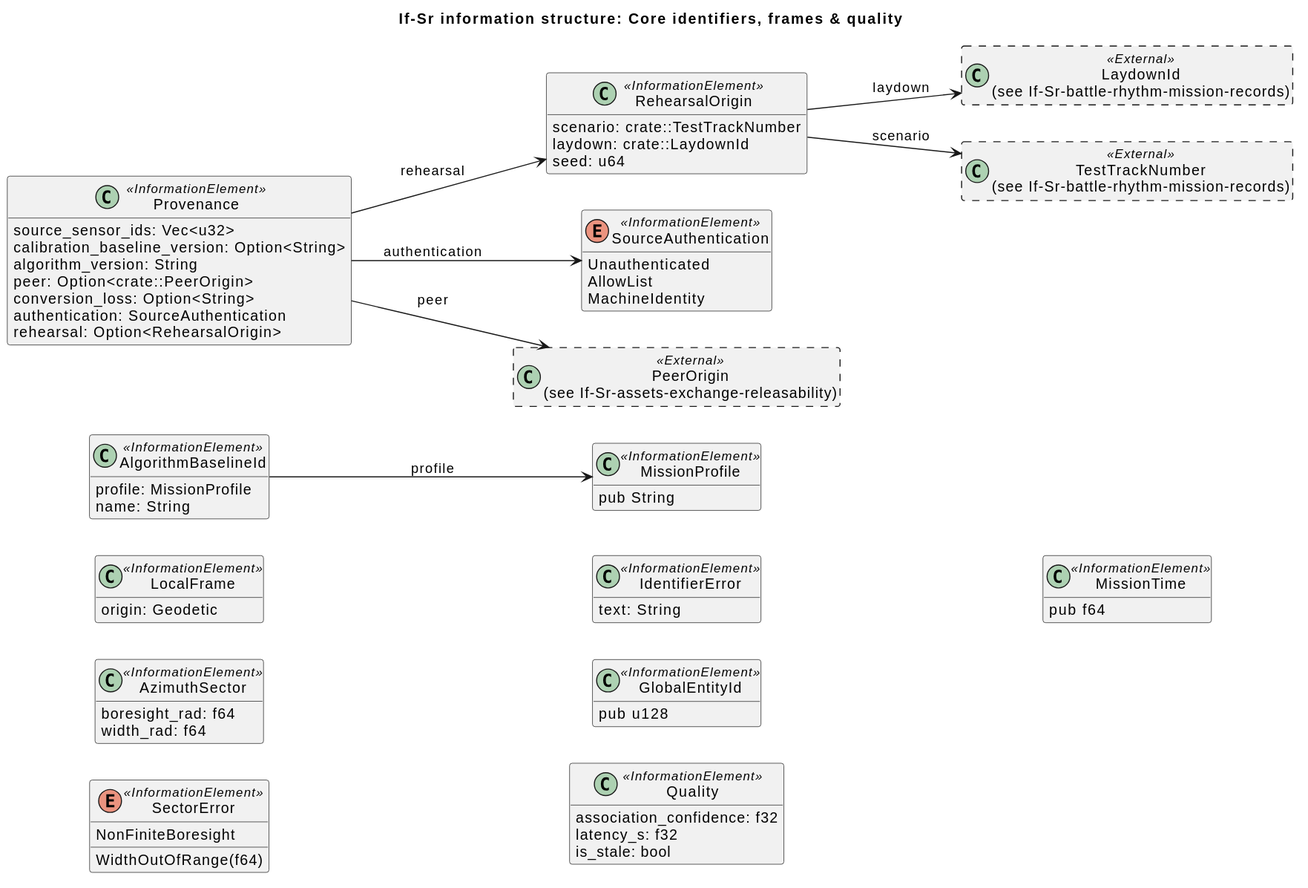
WayneRoessling/gungnir keeps this PlantUML diagram as docs/architecture/uaf/rendered/information/If-Sr-core-identifiers-frames-quality.svg. Above is the earlier version.
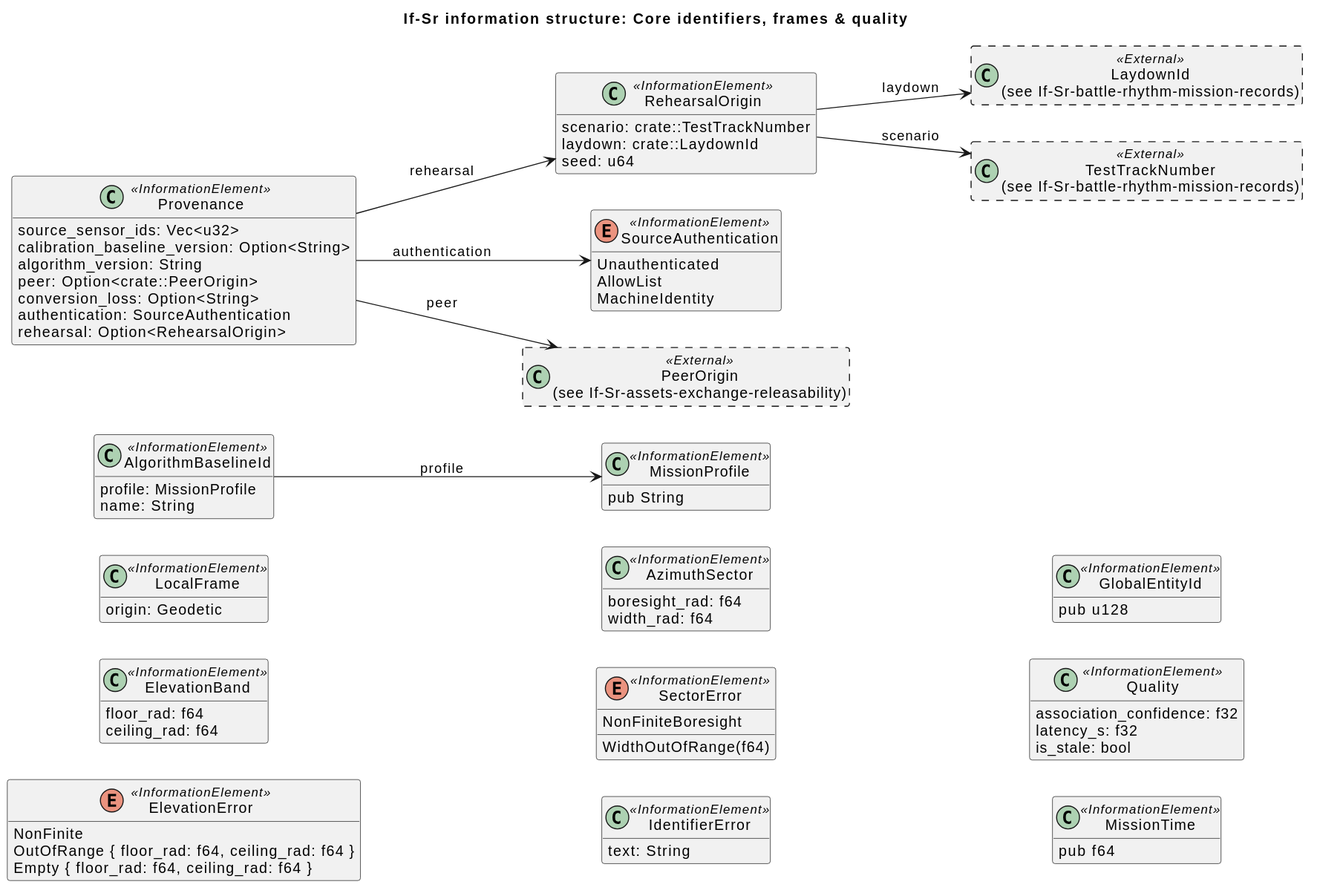
Later version of the same file.

Change to the diagram source:
```diff
@@ -5,6 +5,15 @@
 skinparam classAttributeIconSize 0
 class "LocalFrame" as LocalFrame <<InformationElement>> {
   origin: Geodetic
+}
+class "ElevationBand" as ElevationBand <<InformationElement>> {
+  floor_rad: f64
+  ceiling_rad: f64
+}
+enum "ElevationError" as ElevationError <<InformationElement>> {
+  NonFinite
+  OutOfRange { floor_rad: f64, ceiling_rad: f64 }
+  Empty { floor_rad: f64, ceiling_rad: f64 }
 }
 class "AzimuthSector" as AzimuthSector <<InformationElement>> {
   boresight_rad: f64
```
